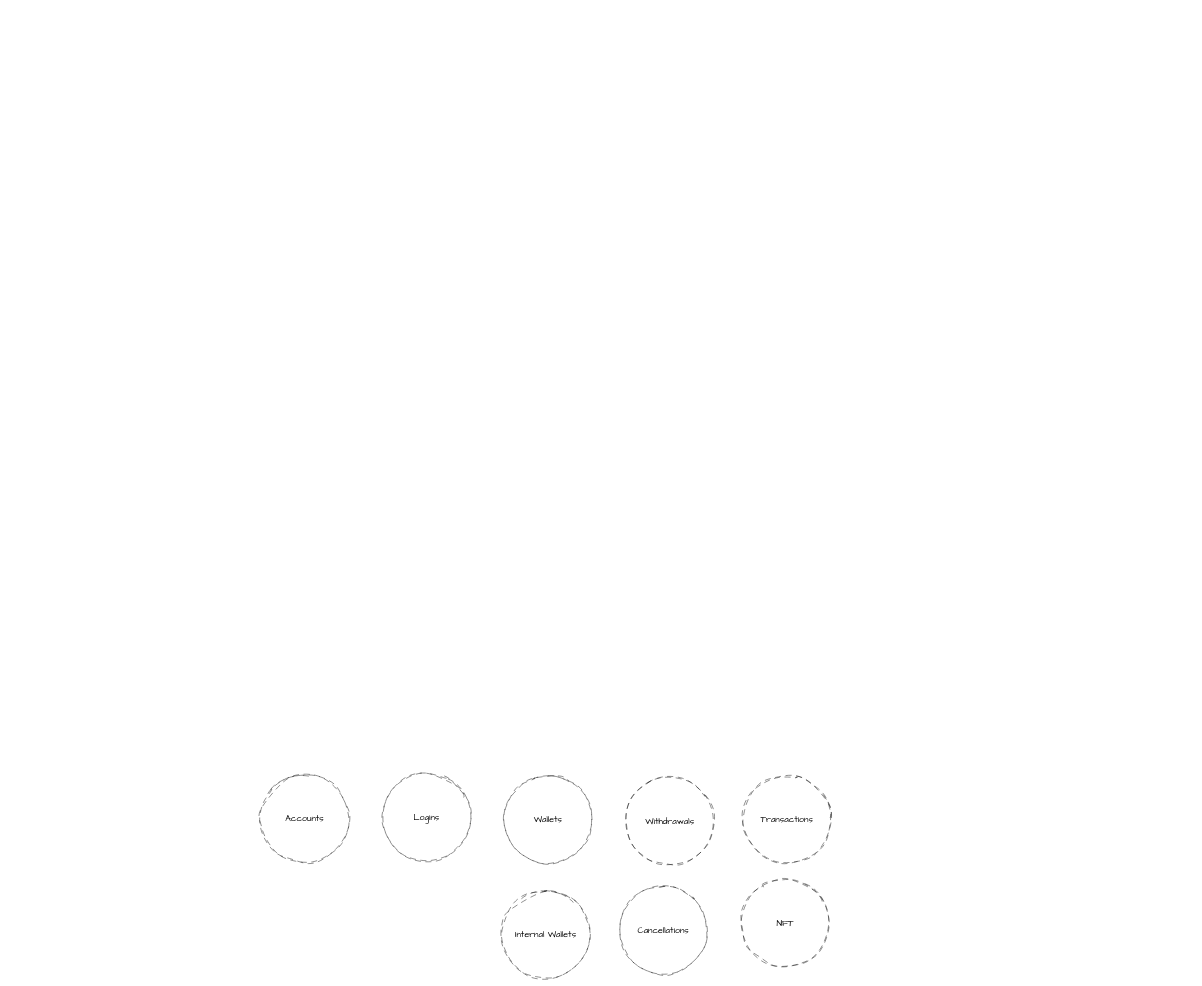
Above: page "Agregados e Contextos" (3 of 3) of domain/diagrams/eventstorming.dio in Anselming/ddd-anselmex (draw.io), before the change. Source tidied: cells renumbered, new cells numbered last; positions are measured from the earlier drawing's top-left corner, leaving out a move shared by most shapes. Both pictures are drawn from the tidied source at 44%, with x=0, y=0 at pixel (260, 773).
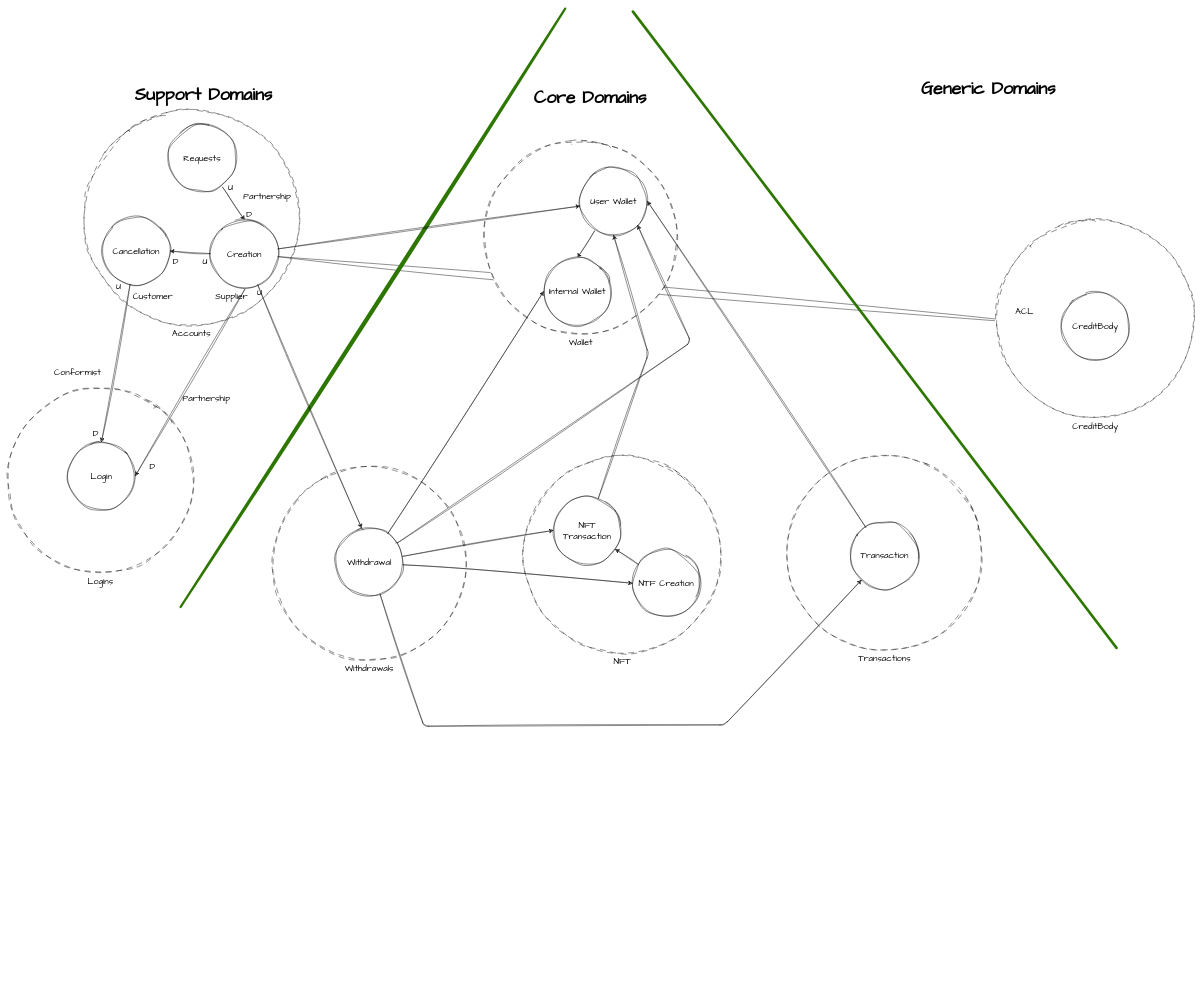
After the change.

The edit, as a diff of the source:
```diff
@@
+    <mxCell id="10" style="group;" parent="1" vertex="1">
+      <mxGeometry x="1196" y="-723" width="444" height="444" as="geometry" />
+    </mxCell>
+    <mxCell id="6" value="Transactions" style="ellipse;whiteSpace=wrap;html=1;dashed=1;dashPattern=12 12;sketch=1;hachureGap=4;jiggle=2;curveFitting=1;fontFamily=Architects Daughter;fontSize=20;labelPosition=center;verticalLabelPosition=bottom;align=center;verticalAlign=top;" parent="10" vertex="1">
+      <mxGeometry width="444" height="444" as="geometry" />
+    </mxCell>
+    <mxCell id="11" value="Transaction" style="ellipse;whiteSpace=wrap;html=1;sketch=1;hachureGap=4;jiggle=2;curveFitting=1;fontFamily=Architects Daughter;fontSize=20;" parent="10" vertex="1">
+      <mxGeometry x="145" y="151" width="154" height="154" as="geometry" />
+    </mxCell>
+    <mxCell id="12" style="group;" parent="1" vertex="1">
+      <mxGeometry x="-402" y="-1508" width="490" height="490" as="geometry" />
+    </mxCell>
-    <mxCell id="2" value="Accounts" style="ellipse;whiteSpace=wrap;html=1;dashed=1;dashPattern=12 12;sketch=1;hachureGap=4;jiggle=2;curveFitting=1;fontFamily=Architects Daughter;fontSize=20;" parent="1" vertex="1">
-      <mxGeometry y="3" width="200" height="200" as="geometry" />
+    <mxCell id="2" value="Accounts" style="ellipse;whiteSpace=wrap;html=1;dashed=1;dashPattern=12 12;sketch=1;hachureGap=4;jiggle=2;curveFitting=1;fontFamily=Architects Daughter;fontSize=20;labelPosition=center;verticalLabelPosition=bottom;align=center;verticalAlign=top;" parent="12" vertex="1">
+      <mxGeometry width="490" height="490" as="geometry" />
     </mxCell>
+    <mxCell id="13" style="edgeStyle=none;sketch=1;hachureGap=4;jiggle=2;curveFitting=1;html=1;entryX=0.5;entryY=0;entryDx=0;entryDy=0;fontFamily=Architects Daughter;fontSize=16;" parent="12" edge="1" source="14" target="17">
+      <mxGeometry relative="1" as="geometry" />
+    </mxCell>
+    <mxCell id="14" value="Requests" style="ellipse;whiteSpace=wrap;html=1;sketch=1;hachureGap=4;jiggle=2;curveFitting=1;fontFamily=Architects Daughter;fontSize=20;" parent="12" vertex="1">
+      <mxGeometry x="192" y="32" width="154" height="154" as="geometry" />
+    </mxCell>
+    <mxCell id="15" value="Cancellation" style="ellipse;whiteSpace=wrap;html=1;sketch=1;hachureGap=4;jiggle=2;curveFitting=1;fontFamily=Architects Daughter;fontSize=20;" parent="12" vertex="1">
+      <mxGeometry x="42" y="244" width="154" height="154" as="geometry" />
+    </mxCell>
+    <mxCell id="16" style="edgeStyle=none;sketch=1;hachureGap=4;jiggle=2;curveFitting=1;html=1;exitX=0;exitY=0.5;exitDx=0;exitDy=0;entryX=1;entryY=0.5;entryDx=0;entryDy=0;fontFamily=Architects Daughter;fontSize=16;" parent="12" edge="1" source="17" target="15">
+      <mxGeometry relative="1" as="geometry" />
+    </mxCell>
+    <mxCell id="17" value="Creation" style="ellipse;whiteSpace=wrap;html=1;sketch=1;hachureGap=4;jiggle=2;curveFitting=1;fontFamily=Architects Daughter;fontSize=20;" parent="12" vertex="1">
+      <mxGeometry x="288" y="250" width="154" height="154" as="geometry" />
+    </mxCell>
+    <mxCell id="18" value="U" style="text;html=1;strokeColor=none;fillColor=none;align=center;verticalAlign=middle;whiteSpace=wrap;rounded=0;sketch=1;hachureGap=4;jiggle=2;curveFitting=1;fontFamily=Architects Daughter;fontSize=20;" parent="12" vertex="1">
+      <mxGeometry x="304" y="161" width="60" height="30" as="geometry" />
+    </mxCell>
+    <mxCell id="19" value="D" style="text;html=1;strokeColor=none;fillColor=none;align=center;verticalAlign=middle;whiteSpace=wrap;rounded=0;sketch=1;hachureGap=4;jiggle=2;curveFitting=1;fontFamily=Architects Daughter;fontSize=20;" parent="12" vertex="1">
+      <mxGeometry x="346" y="222" width="60" height="30" as="geometry" />
+    </mxCell>
+    <mxCell id="20" value="Supplier" style="text;html=1;strokeColor=none;fillColor=none;align=center;verticalAlign=middle;whiteSpace=wrap;rounded=0;sketch=1;hachureGap=4;jiggle=2;curveFitting=1;fontFamily=Architects Daughter;fontSize=20;" parent="12" vertex="1">
+      <mxGeometry x="306" y="408" width="60" height="30" as="geometry" />
+    </mxCell>
+    <mxCell id="21" value="Customer" style="text;html=1;strokeColor=none;fillColor=none;align=center;verticalAlign=middle;whiteSpace=wrap;rounded=0;sketch=1;hachureGap=4;jiggle=2;curveFitting=1;fontFamily=Architects Daughter;fontSize=20;" parent="12" vertex="1">
+      <mxGeometry x="127" y="408" width="60" height="30" as="geometry" />
+    </mxCell>
+    <mxCell id="22" value="U" style="text;html=1;strokeColor=none;fillColor=none;align=center;verticalAlign=middle;whiteSpace=wrap;rounded=0;sketch=1;hachureGap=4;jiggle=2;curveFitting=1;fontFamily=Architects Daughter;fontSize=20;" parent="12" vertex="1">
+      <mxGeometry x="246" y="330" width="60" height="30" as="geometry" />
+    </mxCell>
+    <mxCell id="23" value="D" style="text;html=1;strokeColor=none;fillColor=none;align=center;verticalAlign=middle;whiteSpace=wrap;rounded=0;sketch=1;hachureGap=4;jiggle=2;curveFitting=1;fontFamily=Architects Daughter;fontSize=20;" parent="12" vertex="1">
+      <mxGeometry x="179" y="330" width="60" height="30" as="geometry" />
+    </mxCell>
+    <mxCell id="24" value="Partnership" style="text;html=1;strokeColor=none;fillColor=none;align=center;verticalAlign=middle;whiteSpace=wrap;rounded=0;sketch=1;hachureGap=4;jiggle=2;curveFitting=1;fontFamily=Architects Daughter;fontSize=20;" parent="12" vertex="1">
+      <mxGeometry x="387" y="182" width="60" height="30" as="geometry" />
+    </mxCell>
+    <mxCell id="25" value="U" style="text;html=1;strokeColor=none;fillColor=none;align=center;verticalAlign=middle;whiteSpace=wrap;rounded=0;sketch=1;hachureGap=4;jiggle=2;curveFitting=1;fontFamily=Architects Daughter;fontSize=20;" parent="12" vertex="1">
+      <mxGeometry x="49" y="386" width="60" height="30" as="geometry" />
+    </mxCell>
+    <mxCell id="26" value="U" style="text;html=1;strokeColor=none;fillColor=none;align=center;verticalAlign=middle;whiteSpace=wrap;rounded=0;sketch=1;hachureGap=4;jiggle=2;curveFitting=1;fontFamily=Architects Daughter;fontSize=20;" parent="12" vertex="1">
+      <mxGeometry x="370" y="400" width="60" height="30" as="geometry" />
+    </mxCell>
+    <mxCell id="27" style="edgeStyle=none;sketch=1;hachureGap=4;jiggle=2;curveFitting=1;html=1;entryX=0;entryY=0.5;entryDx=0;entryDy=0;fontFamily=Architects Daughter;fontSize=16;" parent="1" edge="1" source="17" target="44">
+      <mxGeometry relative="1" as="geometry" />
+    </mxCell>
+    <mxCell id="28" style="group;" parent="1" vertex="1">
+      <mxGeometry x="508" y="-1437" width="439" height="439" as="geometry" />
+    </mxCell>
+    <mxCell id="4" value="Wallet" style="ellipse;whiteSpace=wrap;html=1;dashed=1;dashPattern=12 12;sketch=1;hachureGap=4;jiggle=2;curveFitting=1;fontFamily=Architects Daughter;fontSize=20;align=center;labelPosition=center;verticalLabelPosition=bottom;verticalAlign=top;" parent="28" vertex="1">
+      <mxGeometry width="439" height="439" as="geometry" />
+    </mxCell>
+    <mxCell id="29" style="edgeStyle=none;sketch=1;hachureGap=4;jiggle=2;curveFitting=1;html=1;entryX=0.5;entryY=0;entryDx=0;entryDy=0;fontFamily=Architects Daughter;fontSize=16;" parent="28" edge="1" source="30" target="31">
+      <mxGeometry relative="1" as="geometry" />
+    </mxCell>
+    <mxCell id="30" value="User Wallet" style="ellipse;whiteSpace=wrap;html=1;sketch=1;hachureGap=4;jiggle=2;curveFitting=1;fontFamily=Architects Daughter;fontSize=20;" parent="28" vertex="1">
+      <mxGeometry x="217" y="60" width="154" height="154" as="geometry" />
+    </mxCell>
+    <mxCell id="31" value="Internal Wallet" style="ellipse;whiteSpace=wrap;html=1;sketch=1;hachureGap=4;jiggle=2;curveFitting=1;fontFamily=Architects Daughter;fontSize=20;" parent="28" vertex="1">
+      <mxGeometry x="135" y="265" width="154" height="154" as="geometry" />
+    </mxCell>
+    <mxCell id="32" style="group;" parent="1" vertex="1">
+      <mxGeometry x="-575" y="-877" width="422" height="422" as="geometry" />
+    </mxCell>
-    <mxCell id="3" value="Logins" style="ellipse;whiteSpace=wrap;html=1;dashed=1;dashPattern=12 12;sketch=1;hachureGap=4;jiggle=2;curveFitting=1;fontFamily=Architects Daughter;fontSize=20;" parent="1" vertex="1">
-      <mxGeometry x="277" width="200" height="200" as="geometry" />
+    <mxCell id="3" value="Logins" style="ellipse;whiteSpace=wrap;html=1;dashed=1;dashPattern=12 12;sketch=1;hachureGap=4;jiggle=2;curveFitting=1;fontFamily=Architects Daughter;fontSize=20;labelPosition=center;verticalLabelPosition=bottom;align=center;verticalAlign=top;" parent="32" vertex="1">
+      <mxGeometry width="422" height="422" as="geometry" />
     </mxCell>
-    <mxCell id="4" value="Wallets" style="ellipse;whiteSpace=wrap;html=1;dashed=1;dashPattern=12 12;sketch=1;hachureGap=4;jiggle=2;curveFitting=1;fontFamily=Architects Daughter;fontSize=20;" parent="1" vertex="1">
-      <mxGeometry x="553" y="5" width="200" height="200" as="geometry" />
-    </mxCell>
+    <mxCell id="33" value="Login" style="ellipse;whiteSpace=wrap;html=1;sketch=1;hachureGap=4;jiggle=2;curveFitting=1;fontFamily=Architects Daughter;fontSize=20;" parent="32" vertex="1">
+      <mxGeometry x="136" y="124" width="154" height="154" as="geometry" />
+    </mxCell>
+    <mxCell id="34" value="D" style="text;html=1;strokeColor=none;fillColor=none;align=center;verticalAlign=middle;whiteSpace=wrap;rounded=0;sketch=1;hachureGap=4;jiggle=2;curveFitting=1;fontFamily=Architects Daughter;fontSize=20;" parent="32" vertex="1">
+      <mxGeometry x="170" y="88" width="60" height="30" as="geometry" />
+    </mxCell>
+    <mxCell id="35" value="D" style="text;html=1;strokeColor=none;fillColor=none;align=center;verticalAlign=middle;whiteSpace=wrap;rounded=0;sketch=1;hachureGap=4;jiggle=2;curveFitting=1;fontFamily=Architects Daughter;fontSize=20;" parent="32" vertex="1">
+      <mxGeometry x="299" y="163" width="60" height="30" as="geometry" />
+    </mxCell>
+    <mxCell id="36" style="group;" parent="1" vertex="1">
+      <mxGeometry x="27" y="-697" width="440" height="440" as="geometry" />
+    </mxCell>
-    <mxCell id="5" value="Withdrawals" style="ellipse;whiteSpace=wrap;html=1;dashed=1;dashPattern=12 12;sketch=1;hachureGap=4;jiggle=2;curveFitting=1;fontFamily=Architects Daughter;fontSize=20;" parent="1" vertex="1">
-      <mxGeometry x="830" y="8" width="200" height="200" as="geometry" />
+    <mxCell id="5" value="Withdrawals" style="ellipse;whiteSpace=wrap;html=1;dashed=1;dashPattern=12 12;sketch=1;hachureGap=4;jiggle=2;curveFitting=1;fontFamily=Architects Daughter;fontSize=20;labelPosition=center;verticalLabelPosition=bottom;align=center;verticalAlign=top;" parent="36" vertex="1">
+      <mxGeometry width="440" height="440" as="geometry" />
     </mxCell>
-    <mxCell id="6" value="Transactions" style="ellipse;whiteSpace=wrap;html=1;dashed=1;dashPattern=12 12;sketch=1;hachureGap=4;jiggle=2;curveFitting=1;fontFamily=Architects Daughter;fontSize=20;" parent="1" vertex="1">
-      <mxGeometry x="1096" y="5" width="200" height="200" as="geometry" />
-    </mxCell>
+    <mxCell id="37" value="Withdrawal" style="ellipse;whiteSpace=wrap;html=1;sketch=1;hachureGap=4;jiggle=2;curveFitting=1;fontFamily=Architects Daughter;fontSize=20;" parent="36" vertex="1">
+      <mxGeometry x="143" y="140" width="154" height="154" as="geometry" />
+    </mxCell>
+    <mxCell id="38" style="group;" parent="1" vertex="1">
+      <mxGeometry x="598" y="-721" width="448" height="448" as="geometry" />
+    </mxCell>
-    <mxCell id="7" value="NFT" style="ellipse;whiteSpace=wrap;html=1;dashed=1;dashPattern=12 12;sketch=1;hachureGap=4;jiggle=2;curveFitting=1;fontFamily=Architects Daughter;fontSize=20;" parent="1" vertex="1">
-      <mxGeometry x="1092" y="240" width="200" height="200" as="geometry" />
+    <mxCell id="7" value="NFT" style="ellipse;whiteSpace=wrap;html=1;dashed=1;dashPattern=12 12;sketch=1;hachureGap=4;jiggle=2;curveFitting=1;fontFamily=Architects Daughter;fontSize=20;labelPosition=center;verticalLabelPosition=bottom;align=center;verticalAlign=top;" parent="38" vertex="1">
+      <mxGeometry width="448" height="448" as="geometry" />
     </mxCell>
-    <mxCell id="8" value="Cancellations" style="ellipse;whiteSpace=wrap;html=1;dashed=1;dashPattern=12 12;sketch=1;hachureGap=4;jiggle=2;curveFitting=1;fontFamily=Architects Daughter;fontSize=20;" parent="1" vertex="1">
-      <mxGeometry x="815" y="257" width="200" height="200" as="geometry" />
-    </mxCell>
-    <mxCell id="9" value="Internal Wallets" style="ellipse;whiteSpace=wrap;html=1;dashed=1;dashPattern=12 12;sketch=1;hachureGap=4;jiggle=2;curveFitting=1;fontFamily=Architects Daughter;fontSize=20;" parent="1" vertex="1">
-      <mxGeometry x="548" y="266" width="200" height="200" as="geometry" />
-    </mxCell>
+    <mxCell id="39" value="NFT Transaction" style="ellipse;whiteSpace=wrap;html=1;sketch=1;hachureGap=4;jiggle=2;curveFitting=1;fontFamily=Architects Daughter;fontSize=20;" parent="38" vertex="1">
+      <mxGeometry x="67" y="92" width="154" height="154" as="geometry" />
+    </mxCell>
+    <mxCell id="40" style="edgeStyle=none;sketch=1;hachureGap=4;jiggle=2;curveFitting=1;html=1;fontFamily=Architects Daughter;fontSize=16;" parent="38" edge="1" source="41" target="39">
+      <mxGeometry relative="1" as="geometry" />
+    </mxCell>
+    <mxCell id="41" value="NTF Creation" style="ellipse;whiteSpace=wrap;html=1;sketch=1;hachureGap=4;jiggle=2;curveFitting=1;fontFamily=Architects Daughter;fontSize=20;" parent="38" vertex="1">
+      <mxGeometry x="247" y="212" width="154" height="154" as="geometry" />
+    </mxCell>
+    <mxCell id="42" style="group;" parent="1" vertex="1">
+      <mxGeometry x="1672" y="-1258" width="450" height="450" as="geometry" />
+    </mxCell>
+    <mxCell id="43" value="CreditBody" style="ellipse;whiteSpace=wrap;html=1;dashed=1;dashPattern=12 12;sketch=1;hachureGap=4;jiggle=2;curveFitting=1;fontFamily=Architects Daughter;fontSize=20;labelPosition=center;verticalLabelPosition=bottom;align=center;verticalAlign=top;" parent="42" vertex="1">
+      <mxGeometry width="450" height="450" as="geometry" />
+    </mxCell>
+    <mxCell id="44" value="CreditBody" style="ellipse;whiteSpace=wrap;html=1;sketch=1;hachureGap=4;jiggle=2;curveFitting=1;fontFamily=Architects Daughter;fontSize=20;" parent="42" vertex="1">
+      <mxGeometry x="148" y="164" width="154" height="154" as="geometry" />
+    </mxCell>
+    <mxCell id="45" value="ACL" style="text;html=1;strokeColor=none;fillColor=none;align=center;verticalAlign=middle;whiteSpace=wrap;rounded=0;sketch=1;hachureGap=4;jiggle=2;curveFitting=1;fontFamily=Architects Daughter;fontSize=20;" parent="42" vertex="1">
+      <mxGeometry x="34" y="193" width="60" height="30" as="geometry" />
+    </mxCell>
+    <mxCell id="46" style="endArrow=none;sketch=1;hachureGap=4;jiggle=2;curveFitting=1;fontFamily=Architects Daughter;fontSize=16;fontColor=none;labelBackgroundColor=none;noLabel=1;labelBorderColor=#FF0000;fillColor=#60a917;strokeColor=#2D7600;strokeWidth=5;" parent="1" edge="1">
+      <mxGeometry relative="1" as="geometry">
+        <mxPoint x="-182" y="-378" as="sourcePoint" />
+        <mxPoint x="692" y="-1738" as="targetPoint" />
+      </mxGeometry>
+    </mxCell>
+    <mxCell id="47" style="endArrow=none;html=1;sketch=1;hachureGap=4;jiggle=2;curveFitting=1;fontFamily=Architects Daughter;fontSize=16;strokeWidth=6;fillColor=#60a917;strokeColor=#2D7600;" parent="1" edge="1">
+      <mxGeometry relative="1" as="geometry">
+        <mxPoint x="1945" y="-285" as="sourcePoint" />
+        <mxPoint x="846" y="-1731" as="targetPoint" />
+      </mxGeometry>
+    </mxCell>
+    <mxCell id="48" value="&lt;h1&gt;Core Domains&lt;/h1&gt;" style="text;html=1;strokeColor=none;fillColor=none;spacing=5;spacingTop=-20;whiteSpace=wrap;overflow=hidden;rounded=0;sketch=1;hachureGap=4;jiggle=2;curveFitting=1;fontFamily=Architects Daughter;fontSize=20;" parent="1" vertex="1">
+      <mxGeometry x="616" y="-1575" width="430" height="120" as="geometry" />
+    </mxCell>
+    <mxCell id="49" value="&lt;h1&gt;Support Domains&lt;/h1&gt;" style="text;html=1;strokeColor=none;fillColor=none;spacing=5;spacingTop=-20;whiteSpace=wrap;overflow=hidden;rounded=0;sketch=1;hachureGap=4;jiggle=2;curveFitting=1;fontFamily=Architects Daughter;fontSize=20;" parent="1" vertex="1">
+      <mxGeometry x="-291" y="-1582" width="430" height="120" as="geometry" />
+    </mxCell>
+    <mxCell id="50" value="&lt;h1&gt;Generic Domains&lt;/h1&gt;" style="text;html=1;strokeColor=none;fillColor=none;spacing=5;spacingTop=-20;whiteSpace=wrap;overflow=hidden;rounded=0;sketch=1;hachureGap=4;jiggle=2;curveFitting=1;fontFamily=Architects Daughter;fontSize=20;" parent="1" vertex="1">
+      <mxGeometry x="1496" y="-1595" width="430" height="120" as="geometry" />
+    </mxCell>
+    <mxCell id="51" style="edgeStyle=none;sketch=1;hachureGap=4;jiggle=2;curveFitting=1;html=1;entryX=0.5;entryY=0;entryDx=0;entryDy=0;fontFamily=Architects Daughter;fontSize=16;" parent="1" edge="1" source="15" target="33">
+      <mxGeometry relative="1" as="geometry" />
+    </mxCell>
+    <mxCell id="52" style="edgeStyle=none;sketch=1;hachureGap=4;jiggle=2;curveFitting=1;html=1;exitX=1;exitY=0;exitDx=0;exitDy=0;entryX=1;entryY=0.5;entryDx=0;entryDy=0;fontFamily=Architects Daughter;fontSize=16;" parent="1" edge="1" source="20" target="33">
+      <mxGeometry relative="1" as="geometry" />
+    </mxCell>
+    <mxCell id="53" value="Conformist" style="text;html=1;strokeColor=none;fillColor=none;align=center;verticalAlign=middle;whiteSpace=wrap;rounded=0;sketch=1;hachureGap=4;jiggle=2;curveFitting=1;fontFamily=Architects Daughter;fontSize=20;" parent="1" vertex="1">
+      <mxGeometry x="-446" y="-927" width="60" height="30" as="geometry" />
+    </mxCell>
+    <mxCell id="54" value="Partnership" style="text;html=1;strokeColor=none;fillColor=none;align=center;verticalAlign=middle;whiteSpace=wrap;rounded=0;sketch=1;hachureGap=4;jiggle=2;curveFitting=1;fontFamily=Architects Daughter;fontSize=20;" parent="1" vertex="1">
+      <mxGeometry x="-153" y="-868" width="60" height="30" as="geometry" />
+    </mxCell>
+    <mxCell id="55" style="edgeStyle=none;sketch=1;hachureGap=4;jiggle=2;curveFitting=1;html=1;fontFamily=Architects Daughter;fontSize=16;" parent="1" edge="1" source="17" target="30">
+      <mxGeometry relative="1" as="geometry" />
+    </mxCell>
+    <mxCell id="56" style="edgeStyle=none;sketch=1;hachureGap=4;jiggle=2;curveFitting=1;html=1;entryX=0.385;entryY=-0.003;entryDx=0;entryDy=0;entryPerimeter=0;fontFamily=Architects Daughter;fontSize=16;" parent="1" edge="1" source="17" target="37">
+      <mxGeometry relative="1" as="geometry" />
+    </mxCell>
+    <mxCell id="57" style="edgeStyle=none;sketch=1;hachureGap=4;jiggle=2;curveFitting=1;html=1;entryX=0;entryY=0.5;entryDx=0;entryDy=0;fontFamily=Architects Daughter;fontSize=16;" parent="1" edge="1" source="37" target="41">
+      <mxGeometry relative="1" as="geometry" />
+    </mxCell>
+    <mxCell id="58" style="edgeStyle=none;sketch=1;hachureGap=4;jiggle=2;curveFitting=1;html=1;entryX=0;entryY=0.5;entryDx=0;entryDy=0;fontFamily=Architects Daughter;fontSize=16;" parent="1" edge="1" source="37" target="31">
+      <mxGeometry relative="1" as="geometry" />
+    </mxCell>
+    <mxCell id="59" style="edgeStyle=none;sketch=1;hachureGap=4;jiggle=2;curveFitting=1;html=1;entryX=1;entryY=1;entryDx=0;entryDy=0;fontFamily=Architects Daughter;fontSize=16;" parent="1" edge="1" source="37" target="30">
+      <mxGeometry relative="1" as="geometry">
+        <Array as="points">
+          <mxPoint x="978" y="-980" />
+        </Array>
+      </mxGeometry>
+    </mxCell>
+    <mxCell id="60" style="edgeStyle=none;sketch=1;hachureGap=4;jiggle=2;curveFitting=1;html=1;entryX=0.5;entryY=1;entryDx=0;entryDy=0;fontFamily=Architects Daughter;fontSize=16;" parent="1" edge="1" source="39" target="30">
+      <mxGeometry relative="1" as="geometry">
+        <Array as="points">
+          <mxPoint x="881" y="-953" />
+        </Array>
+      </mxGeometry>
+    </mxCell>
+    <mxCell id="61" style="edgeStyle=none;sketch=1;hachureGap=4;jiggle=2;curveFitting=1;html=1;entryX=1;entryY=0.5;entryDx=0;entryDy=0;fontFamily=Architects Daughter;fontSize=16;" parent="1" edge="1" source="11" target="30">
+      <mxGeometry relative="1" as="geometry" />
+    </mxCell>
+    <mxCell id="62" style="edgeStyle=none;sketch=1;hachureGap=4;jiggle=2;curveFitting=1;html=1;entryX=0;entryY=0.5;entryDx=0;entryDy=0;fontFamily=Architects Daughter;fontSize=16;" parent="1" edge="1" source="37" target="39">
+      <mxGeometry relative="1" as="geometry" />
+    </mxCell>
+    <mxCell id="63" style="edgeStyle=none;sketch=1;hachureGap=4;jiggle=2;curveFitting=1;html=1;fontFamily=Architects Daughter;fontSize=16;" parent="1" edge="1" source="37" target="11">
+      <mxGeometry relative="1" as="geometry">
+        <Array as="points">
+          <mxPoint x="371" y="-107" />
+          <mxPoint x="1054" y="-110" />
+        </Array>
+      </mxGeometry>
+    </mxCell>
```
